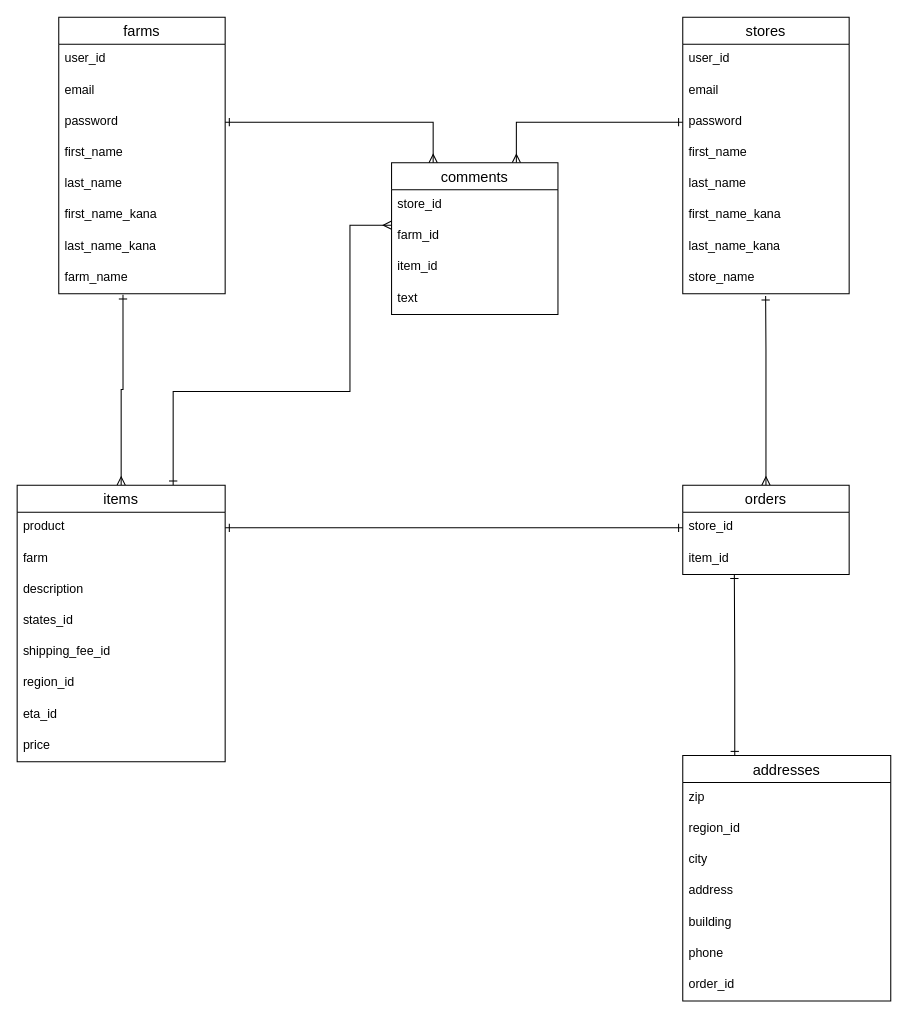
The draw.io diagram config/buy.dio in root-344/buy_app, before the edit. Source tidied: cells renumbered, new cells numbered last; positions are measured from the earlier drawing's top-left corner, leaving out a move shared by most shapes. Both pictures are drawn from the tidied source at 104%, with x=0, y=0 at pixel (17, 17).
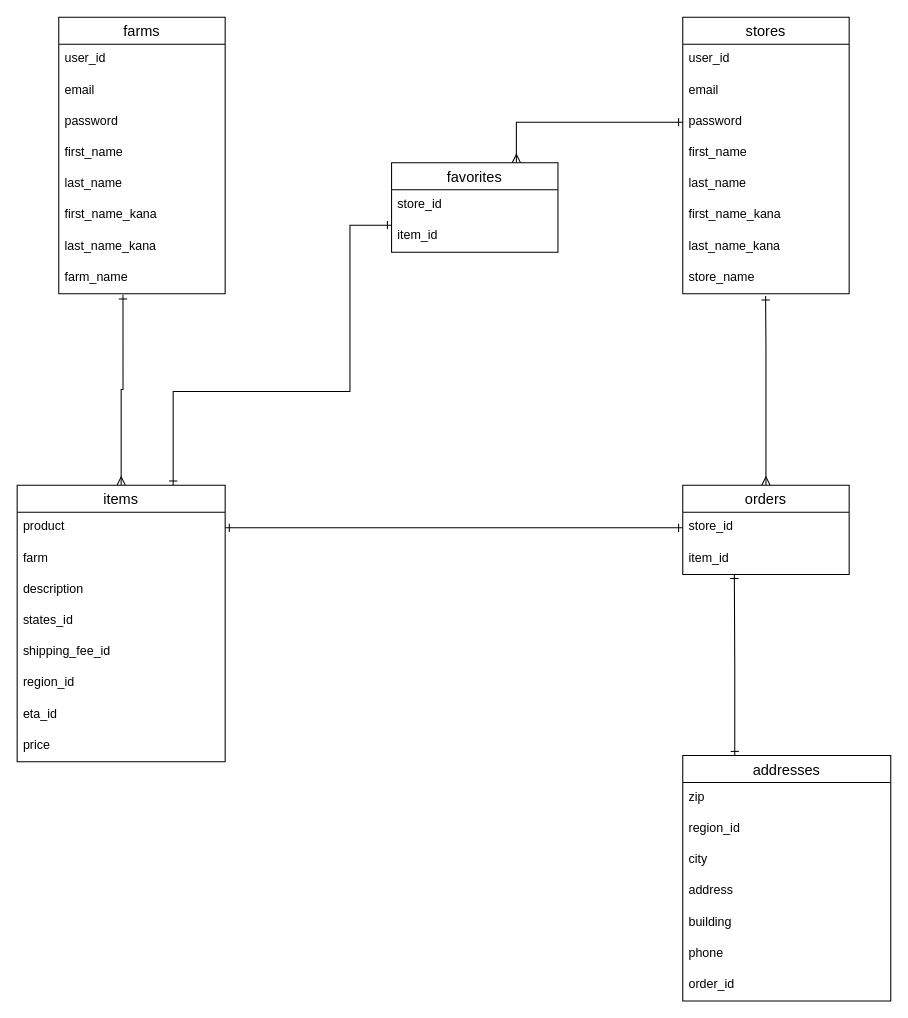
Above is the later version.

Unchanged cells that the change refers to:
```xml
<mxCell id="5" value="password" style="text;strokeColor=none;fillColor=none;spacingLeft=4;spacingRight=4;overflow=hidden;points=[[0,0.5],[1,0.5]];portConstraint=eastwest;fontSize=12;" parent="2" vertex="1">
  <mxGeometry y="86" width="160" height="30" as="geometry" />
</mxCell>
<mxCell id="13" value="items" style="swimlane;fontStyle=0;horizontal=1;startSize=26;align=center;fontSize=14;" parent="1" vertex="1">
  <mxGeometry y="450" width="200" height="266" as="geometry" />
</mxCell>
```

Change to the diagram source:
```diff
@@
-    <mxCell id="12" style="edgeStyle=orthogonalEdgeStyle;rounded=0;jettySize=auto;html=1;exitX=0.75;exitY=0;exitDx=0;exitDy=0;entryX=0;entryY=0.133;entryDx=0;entryDy=0;entryPerimeter=0;startArrow=ERone;startFill=0;endArrow=ERmany;endFill=0;" parent="1" edge="1" source="13">
+    <mxCell id="12" style="edgeStyle=orthogonalEdgeStyle;rounded=0;jettySize=auto;html=1;exitX=0.75;exitY=0;exitDx=0;exitDy=0;entryX=0;entryY=0.133;entryDx=0;entryDy=0;entryPerimeter=0;startArrow=ERone;startFill=0;endArrow=ERone;endFill=0;" parent="1" edge="1" source="13">
       <mxGeometry relative="1" as="geometry">
         <mxPoint x="360" y="200" as="targetPoint" />
         <Array as="points">
           <mxPoint x="150" y="360" />
           <mxPoint x="320" y="360" />
           <mxPoint x="320" y="200" />
         </Array>
       </mxGeometry>
     </mxCell>
@@
-    <mxCell id="23" value="comments" style="swimlane;fontStyle=0;horizontal=1;startSize=26;align=center;fontSize=14;" parent="1" vertex="1">
-      <mxGeometry x="360" y="140" width="160" height="146" as="geometry" />
+    <mxCell id="23" value="favorites" style="swimlane;fontStyle=0;horizontal=1;startSize=26;align=center;fontSize=14;" parent="1" vertex="1">
+      <mxGeometry x="360" y="140" width="160" height="86" as="geometry" />
     </mxCell>
@@
-    <mxCell id="25" value="farm_id" style="text;strokeColor=none;fillColor=none;spacingLeft=4;spacingRight=4;overflow=hidden;fontSize=12;" parent="23" vertex="1">
-      <mxGeometry y="56" width="160" height="30" as="geometry" />
-    </mxCell>
     <mxCell id="26" value="item_id" style="text;strokeColor=none;fillColor=none;spacingLeft=4;spacingRight=4;overflow=hidden;fontSize=12;" parent="23" vertex="1">
-      <mxGeometry y="86" width="160" height="30" as="geometry" />
+      <mxGeometry y="56" width="160" height="30" as="geometry" />
     </mxCell>
-    <mxCell id="27" value="text&#10;" style="text;strokeColor=none;fillColor=none;spacingLeft=4;spacingRight=4;overflow=hidden;fontSize=12;" parent="23" vertex="1">
-      <mxGeometry y="116" width="160" height="30" as="geometry" />
-    </mxCell>
@@
-    <mxCell id="50" style="edgeStyle=orthogonalEdgeStyle;rounded=0;jettySize=auto;html=1;exitX=1;exitY=0.5;exitDx=0;exitDy=0;entryX=0.25;entryY=0;entryDx=0;entryDy=0;startArrow=ERone;startFill=0;endArrow=ERmany;endFill=0;" parent="1" edge="1" source="5" target="23">
-      <mxGeometry relative="1" as="geometry" />
-    </mxCell>
```
